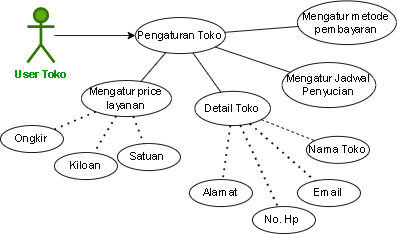
Earlier version of the draw.io export assets/srs/2-2-kebFungsional/userToko_pengaturan.png (RumaSU/TI2B-Kel-1-2-3). Source tidied: cells renumbered, new cells last; positions are measured from the earlier drawing's top-left corner, leaving out a move shared by most shapes.
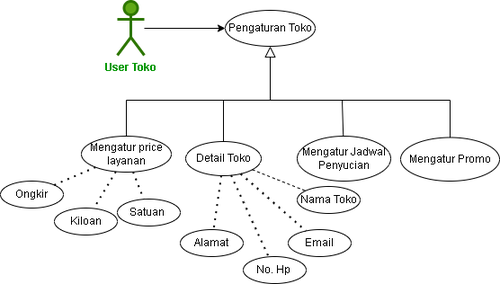
After the change.

Diff of the diagram source:
```diff
@@ -6,40 +6,42 @@
       <mxGeometry relative="1" as="geometry" />
     </mxCell>
     <mxCell id="3" value="&lt;font color=&quot;#009900&quot;&gt;&lt;b&gt;User Toko&lt;/b&gt;&lt;/font&gt;" style="shape=umlActor;verticalLabelPosition=bottom;verticalAlign=top;html=1;outlineConnect=0;fillColor=#60a917;fontColor=#ffffff;strokeColor=#2D7600;strokeWidth=3;" parent="1" vertex="1">
-      <mxGeometry x="30" y="8" width="30" height="60" as="geometry" />
+      <mxGeometry x="70" y="18" width="30" height="60" as="geometry" />
     </mxCell>
     <mxCell id="4" value="Pengaturan Toko" style="ellipse;whiteSpace=wrap;html=1;" parent="1" vertex="1">
-      <mxGeometry x="150" y="18" width="100" height="40" as="geometry" />
+      <mxGeometry x="190" y="28" width="100" height="40" as="geometry" />
     </mxCell>
     <mxCell id="5" value="Detail Toko" style="ellipse;whiteSpace=wrap;html=1;" parent="1" vertex="1">
-      <mxGeometry x="216" y="100" width="84" height="38" as="geometry" />
+      <mxGeometry x="146" y="174" width="84" height="38" as="geometry" />
     </mxCell>
     <mxCell id="6" value="Nama Toko" style="ellipse;whiteSpace=wrap;html=1;" parent="1" vertex="1">
-      <mxGeometry x="340" y="150" width="70" height="30" as="geometry" />
+      <mxGeometry x="270" y="224" width="70" height="30" as="geometry" />
     </mxCell>
-    <mxCell id="7" style="endArrow=none;html=1;rounded=0;" parent="1" edge="1" source="4" target="5">
-      <mxGeometry relative="1" as="geometry" />
+    <mxCell id="7" style="endArrow=none;html=1;rounded=0;" parent="1" edge="1" target="5">
+      <mxGeometry relative="1" as="geometry">
+        <mxPoint x="188" y="128" as="sourcePoint" />
+      </mxGeometry>
     </mxCell>
     <mxCell id="8" style="endArrow=none;dashed=1;html=1;rounded=0;" parent="1" edge="1" source="5" target="6">
       <mxGeometry relative="1" as="geometry" />
     </mxCell>
     <mxCell id="9" value="Email" style="ellipse;whiteSpace=wrap;html=1;" parent="1" vertex="1">
-      <mxGeometry x="330" y="198" width="70" height="30" as="geometry" />
+      <mxGeometry x="260" y="272" width="70" height="30" as="geometry" />
     </mxCell>
     <mxCell id="10" value="No. Hp&amp;nbsp;" style="ellipse;whiteSpace=wrap;html=1;" parent="1" vertex="1">
-      <mxGeometry x="280" y="228" width="70" height="30" as="geometry" />
+      <mxGeometry x="210" y="302" width="70" height="30" as="geometry" />
     </mxCell>
     <mxCell id="11" value="Alamat" style="ellipse;whiteSpace=wrap;html=1;" parent="1" vertex="1">
-      <mxGeometry x="210" y="198" width="70" height="30" as="geometry" />
+      <mxGeometry x="140" y="272" width="70" height="30" as="geometry" />
     </mxCell>
     <mxCell id="12" value="Mengatur price layanan" style="ellipse;whiteSpace=wrap;html=1;" parent="1" vertex="1">
-      <mxGeometry x="90" y="88" width="100" height="40" as="geometry" />
+      <mxGeometry x="30" y="168" width="100" height="40" as="geometry" />
     </mxCell>
-    <mxCell id="13" value="Mengatur metode pembayaran" style="ellipse;whiteSpace=wrap;html=1;" parent="1" vertex="1">
-      <mxGeometry x="330" y="-0.5" width="110" height="48.5" as="geometry" />
+    <mxCell id="13" value="Mengatur Promo" style="ellipse;whiteSpace=wrap;html=1;" parent="1" vertex="1">
+      <mxGeometry x="385" y="169.5" width="110" height="48.5" as="geometry" />
     </mxCell>
     <mxCell id="14" value="Mengatur Jadwal Penyucian" style="ellipse;whiteSpace=wrap;html=1;" parent="1" vertex="1">
-      <mxGeometry x="313" y="68" width="104" height="50" as="geometry" />
+      <mxGeometry x="270" y="168" width="104" height="50" as="geometry" />
     </mxCell>
     <mxCell id="15" style="endArrow=none;dashed=1;html=1;dashPattern=1 3;strokeWidth=2;rounded=0;" parent="1" edge="1" source="5" target="9">
       <mxGeometry relative="1" as="geometry" />
@@ -51,13 +53,13 @@
       <mxGeometry relative="1" as="geometry" />
     </mxCell>
     <mxCell id="18" value="Kiloan" style="ellipse;whiteSpace=wrap;html=1;" parent="1" vertex="1">
-      <mxGeometry x="60" y="168" width="70" height="30" as="geometry" />
+      <mxGeometry y="248" width="70" height="30" as="geometry" />
     </mxCell>
     <mxCell id="19" value="Satuan&amp;nbsp;" style="ellipse;whiteSpace=wrap;html=1;" parent="1" vertex="1">
-      <mxGeometry x="130" y="158" width="70" height="30" as="geometry" />
+      <mxGeometry x="70" y="238" width="70" height="30" as="geometry" />
     </mxCell>
     <mxCell id="20" value="Ongkir" style="ellipse;whiteSpace=wrap;html=1;" parent="1" vertex="1">
-      <mxGeometry y="138" width="70" height="30" as="geometry" />
+      <mxGeometry x="-60" y="218" width="70" height="30" as="geometry" />
     </mxCell>
     <mxCell id="21" style="endArrow=none;dashed=1;html=1;dashPattern=1 3;strokeWidth=2;rounded=0;" parent="1" edge="1" source="12" target="19">
       <mxGeometry relative="1" as="geometry" />
@@ -68,14 +70,31 @@
     <mxCell id="23" style="endArrow=none;dashed=1;html=1;dashPattern=1 3;strokeWidth=2;rounded=0;" parent="1" edge="1" source="12" target="20">
       <mxGeometry relative="1" as="geometry" />
     </mxCell>
-    <mxCell id="24" style="endArrow=none;html=1;rounded=0;" parent="1" edge="1" source="4" target="12">
-      <mxGeometry relative="1" as="geometry" />
+    <mxCell id="24" style="endArrow=none;html=1;rounded=0;" parent="1" edge="1" target="12">
+      <mxGeometry relative="1" as="geometry">
+        <mxPoint x="80" y="128" as="sourcePoint" />
+      </mxGeometry>
     </mxCell>
-    <mxCell id="25" style="endArrow=none;html=1;rounded=0;" parent="1" edge="1" source="4" target="13">
-      <mxGeometry relative="1" as="geometry" />
+    <mxCell id="25" style="endArrow=none;html=1;rounded=0;" parent="1" edge="1" target="13">
+      <mxGeometry relative="1" as="geometry">
+        <mxPoint x="440" y="128" as="sourcePoint" />
+      </mxGeometry>
     </mxCell>
-    <mxCell id="26" style="endArrow=none;html=1;rounded=0;" parent="1" edge="1" source="4" target="14">
-      <mxGeometry relative="1" as="geometry" />
+    <mxCell id="26" style="endArrow=none;html=1;rounded=0;" parent="1" edge="1" target="14">
+      <mxGeometry relative="1" as="geometry">
+        <mxPoint x="320" y="128" as="sourcePoint" />
+      </mxGeometry>
     </mxCell>
+    <mxCell id="27" style="endArrow=none;html=1;rounded=0;" parent="1" edge="1">
+      <mxGeometry relative="1" as="geometry">
+        <mxPoint x="80" y="128" as="sourcePoint" />
+        <mxPoint x="440" y="128" as="targetPoint" />
+      </mxGeometry>
+    </mxCell>
+    <mxCell id="28" style="endArrow=block;html=1;rounded=0;endFill=0;endSize=10;" parent="1" edge="1" target="4">
+      <mxGeometry relative="1" as="geometry">
+        <mxPoint x="240" y="128" as="sourcePoint" />
+      </mxGeometry>
+    </mxCell>
   </root>
 </mxGraphModel>
```
